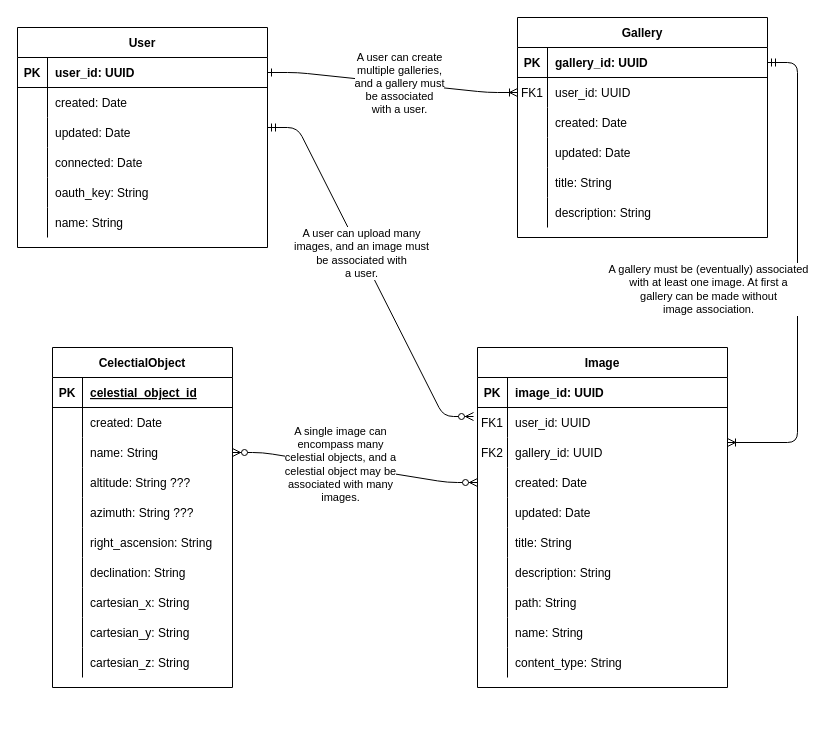
north-star-sharing/north-star-sharing.github.io keeps this draw.io diagram as docs/work/erd.drawio. Above is the earlier version. Source tidied: cells renumbered, new cells numbered last; positions are measured from the earlier drawing's top-left corner, leaving out a move shared by most shapes. Both pictures are drawn from the tidied source at 100%, with x=0, y=0 at pixel (17, 17).
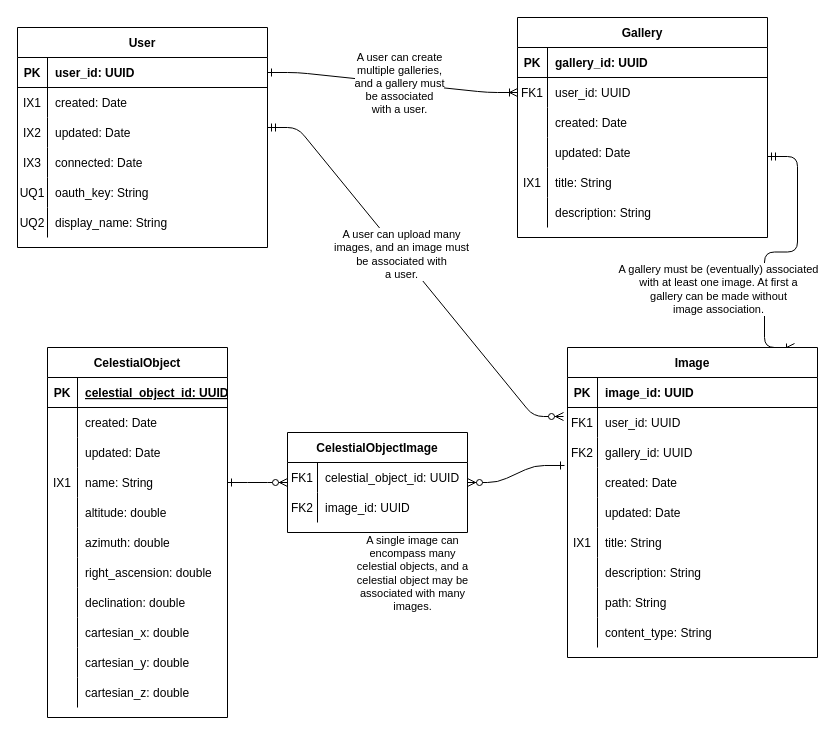
After the change.

Unchanged cells that the change refers to:
```xml
<mxCell id="7" style="shape=partialRectangle;fillColor=none;points=[[0,0.5],[1,0.5]];portConstraint=eastwest;top=0;left=0;right=0;bottom=1;" parent="6" vertex="1">
  <mxGeometry y="30" width="250" height="30" as="geometry" />
</mxCell>
<mxCell id="19" style="shape=partialRectangle;fillColor=none;top=0;left=0;right=0;bottom=0;" parent="6" vertex="1">
  <mxGeometry y="150" width="250" height="30" as="geometry" />
</mxCell>
<mxCell id="32" style="shape=partialRectangle;fillColor=none;points=[[0,0.5],[1,0.5]];portConstraint=eastwest;top=0;left=0;right=0;bottom=0;" parent="25" vertex="1">
  <mxGeometry y="90" width="250" height="30" as="geometry" />
</mxCell>
<mxCell id="35" style="shape=partialRectangle;fillColor=none;points=[[0,0.5],[1,0.5]];portConstraint=eastwest;top=0;left=0;right=0;bottom=0;" parent="25" vertex="1">
  <mxGeometry y="120" width="250" height="30" as="geometry" />
</mxCell>
<mxCell id="41" style="shape=partialRectangle;fillColor=none;top=0;left=0;right=0;bottom=0;" parent="25" vertex="1">
  <mxGeometry y="180" width="250" height="30" as="geometry" />
</mxCell>
<mxCell id="60" style="shape=partialRectangle;fillColor=none;top=0;left=0;right=0;bottom=0;" parent="56" vertex="1">
  <mxGeometry y="60" width="250" height="30" as="geometry" />
</mxCell>
<mxCell id="63" style="shape=partialRectangle;fillColor=none;top=0;left=0;right=0;bottom=0;" parent="56" vertex="1">
  <mxGeometry y="90" width="250" height="30" as="geometry" />
</mxCell>
<mxCell id="66" style="shape=partialRectangle;fillColor=none;top=0;left=0;right=0;bottom=0;" parent="56" vertex="1">
  <mxGeometry y="120" width="250" height="30" as="geometry" />
</mxCell>
<mxCell id="69" style="shape=partialRectangle;fillColor=none;top=0;left=0;right=0;bottom=0;" parent="56" vertex="1">
  <mxGeometry y="150" width="250" height="30" as="geometry" />
</mxCell>
<mxCell id="72" style="shape=partialRectangle;fillColor=none;top=0;left=0;right=0;bottom=0;" parent="56" vertex="1">
  <mxGeometry y="180" width="250" height="30" as="geometry" />
</mxCell>
<mxCell id="78" style="shape=partialRectangle;fillColor=none;top=0;left=0;bottom=1;right=0;" parent="77" vertex="1">
  <mxGeometry y="30" width="180" height="30" as="geometry" />
</mxCell>
```

The edit, as a diff of the source:
```diff
@@
-    <mxCell id="4" style="edgeStyle=entityRelationEdgeStyle;endArrow=ERoneToMany;startArrow=ERmandOne;endFill=0;startFill=0;entryX=1;entryY=0.167;entryDx=0;entryDy=0;entryPerimeter=0;" parent="1" edge="1" source="7" target="32">
-      <mxGeometry relative="1" as="geometry" />
+    <mxCell id="4" style="edgeStyle=entityRelationEdgeStyle;endArrow=ERoneToMany;startArrow=ERmandOne;endFill=0;startFill=0;entryX=0.908;entryY=-0.003;entryDx=0;entryDy=0;entryPerimeter=0;" parent="1" edge="1">
+      <mxGeometry relative="1" as="geometry">
+        <mxPoint x="750" y="139" as="sourcePoint" />
+        <mxPoint x="777" y="330" as="targetPoint" />
+      </mxGeometry>
     </mxCell>
     <mxCell id="5" value="&lt;div&gt;A gallery must be (eventually) associated&lt;/div&gt;&lt;div&gt;with at least one image. At first a&lt;/div&gt;&lt;div&gt;gallery can be made without&lt;/div&gt;&lt;div&gt;image association.&lt;/div&gt;" style="edgeLabel;html=1;align=center;verticalAlign=middle;" parent="4" vertex="1">
       <mxGeometry x="0.12" y="1" relative="1" as="geometry">
-        <mxPoint x="-91" y="-13" as="offset" />
+        <mxPoint x="-48" y="36" as="offset" />
       </mxGeometry>
     </mxCell>
@@
-    <mxCell id="20" style="shape=partialRectangle;overflow=hidden;fillColor=none;top=0;left=0;bottom=0;right=0;" parent="19" vertex="1">
+    <mxCell id="20" value="IX1" style="shape=partialRectangle;overflow=hidden;fillColor=none;top=0;left=0;bottom=0;right=0;" parent="19" vertex="1">
       <mxGeometry width="30" height="30" as="geometry" />
     </mxCell>
@@
     <mxCell id="25" value="Image" style="shape=table;startSize=30;childLayout=tableLayout;rowLines=0;fontStyle=1;align=center;" parent="1" vertex="1">
-      <mxGeometry x="460" y="330" width="250" height="340" as="geometry" />
+      <mxGeometry x="550" y="330" width="250" height="310" as="geometry" />
     </mxCell>
@@
-    <mxCell id="42" style="shape=partialRectangle;overflow=hidden;fillColor=none;top=0;left=0;bottom=0;right=0;" parent="41" vertex="1">
+    <mxCell id="42" value="IX1" style="shape=partialRectangle;overflow=hidden;fillColor=none;top=0;left=0;bottom=0;right=0;" parent="41" vertex="1">
       <mxGeometry width="30" height="30" as="geometry" />
     </mxCell>
@@
-    <mxCell id="50" style="shape=partialRectangle;fillColor=none;top=0;left=0;right=0;bottom=0;" parent="25" vertex="1">
-      <mxGeometry y="270" width="250" height="30" as="geometry" />
-    </mxCell>
-    <mxCell id="51" style="shape=partialRectangle;overflow=hidden;fillColor=none;top=0;left=0;bottom=0;right=0;" parent="50" vertex="1">
-      <mxGeometry width="30" height="30" as="geometry" />
-    </mxCell>
-    <mxCell id="52" value="name: String" style="shape=partialRectangle;overflow=hidden;fillColor=none;top=0;left=0;bottom=0;right=0;align=left;spacingLeft=6;" parent="50" vertex="1">
-      <mxGeometry x="30" width="220" height="30" as="geometry" />
-    </mxCell>
     <mxCell id="53" style="shape=partialRectangle;fillColor=none;top=0;left=0;right=0;bottom=0;" parent="25" vertex="1">
-      <mxGeometry y="300" width="250" height="30" as="geometry" />
+      <mxGeometry y="270" width="250" height="30" as="geometry" />
     </mxCell>
@@
-    <mxCell id="61" style="shape=partialRectangle;overflow=hidden;fillColor=none;top=0;left=0;bottom=0;right=0;" parent="60" vertex="1">
+    <mxCell id="61" value="IX1" style="shape=partialRectangle;overflow=hidden;fillColor=none;top=0;left=0;bottom=0;right=0;" parent="60" vertex="1">
       <mxGeometry width="30" height="30" as="geometry" />
     </mxCell>
@@
-    <mxCell id="64" style="shape=partialRectangle;overflow=hidden;fillColor=none;top=0;left=0;bottom=0;right=0;" parent="63" vertex="1">
+    <mxCell id="64" value="IX2" style="shape=partialRectangle;overflow=hidden;fillColor=none;top=0;left=0;bottom=0;right=0;" parent="63" vertex="1">
       <mxGeometry width="30" height="30" as="geometry" />
     </mxCell>
@@
-    <mxCell id="67" style="shape=partialRectangle;overflow=hidden;fillColor=none;top=0;left=0;bottom=0;right=0;" parent="66" vertex="1">
+    <mxCell id="67" value="IX3" style="shape=partialRectangle;overflow=hidden;fillColor=none;top=0;left=0;bottom=0;right=0;" parent="66" vertex="1">
       <mxGeometry width="30" height="30" as="geometry" />
     </mxCell>
@@
-    <mxCell id="70" style="shape=partialRectangle;overflow=hidden;fillColor=none;top=0;left=0;bottom=0;right=0;" parent="69" vertex="1">
+    <mxCell id="70" value="UQ1" style="shape=partialRectangle;overflow=hidden;fillColor=none;top=0;left=0;bottom=0;right=0;" parent="69" vertex="1">
       <mxGeometry width="30" height="30" as="geometry" />
     </mxCell>
@@
-    <mxCell id="73" style="shape=partialRectangle;overflow=hidden;fillColor=none;top=0;left=0;bottom=0;right=0;" parent="72" vertex="1">
+    <mxCell id="73" value="UQ2" style="shape=partialRectangle;overflow=hidden;fillColor=none;top=0;left=0;bottom=0;right=0;" parent="72" vertex="1">
       <mxGeometry width="30" height="30" as="geometry" />
     </mxCell>
-    <mxCell id="74" value="name: String" style="shape=partialRectangle;overflow=hidden;fillColor=none;top=0;left=0;bottom=0;right=0;align=left;spacingLeft=6;" parent="72" vertex="1">
+    <mxCell id="74" value="display_name: String" style="shape=partialRectangle;overflow=hidden;fillColor=none;top=0;left=0;bottom=0;right=0;align=left;spacingLeft=6;" parent="72" vertex="1">
       <mxGeometry x="30" width="220" height="30" as="geometry" />
     </mxCell>
@@
-    <mxCell id="77" value="CelectialObject" style="shape=table;startSize=30;childLayout=tableLayout;rowLines=0;fontStyle=1;align=center;" parent="1" vertex="1">
-      <mxGeometry x="35" y="330" width="180" height="340" as="geometry" />
+    <mxCell id="77" value="CelestialObject" style="shape=table;startSize=30;childLayout=tableLayout;rowLines=0;fontStyle=1;align=center;" parent="1" vertex="1">
+      <mxGeometry x="30" y="330" width="180" height="370" as="geometry" />
     </mxCell>
@@
-    <mxCell id="80" value="celestial_object_id" style="shape=partialRectangle;fillColor=none;top=0;left=0;bottom=0;right=0;align=left;spacingLeft=6;fontStyle=5;overflow=hidden;" parent="78" vertex="1">
+    <mxCell id="80" value="celestial_object_id: UUID" style="shape=partialRectangle;fillColor=none;top=0;left=0;bottom=0;right=0;align=left;spacingLeft=6;fontStyle=5;overflow=hidden;" parent="78" vertex="1">
       <mxGeometry x="30" width="150" height="30" as="geometry" />
     </mxCell>
@@
+    <mxCell id="110" style="shape=partialRectangle;fillColor=none;top=0;left=0;right=0;bottom=0;" parent="77" vertex="1">
+      <mxGeometry y="90" width="180" height="30" as="geometry" />
+    </mxCell>
+    <mxCell id="51" style="shape=partialRectangle;overflow=hidden;fillColor=none;top=0;left=0;bottom=0;right=0;" parent="110" vertex="1">
+      <mxGeometry width="30" height="30" as="geometry" />
+    </mxCell>
+    <mxCell id="111" value="updated: Date" style="shape=partialRectangle;overflow=hidden;fillColor=none;top=0;left=0;bottom=0;right=0;align=left;spacingLeft=6;" parent="110" vertex="1">
+      <mxGeometry x="30" width="150" height="30" as="geometry" />
+    </mxCell>
     <mxCell id="84" style="shape=partialRectangle;fillColor=none;top=0;left=0;bottom=0;right=0;points=[[0,0.5],[1,0.5]];portConstraint=eastwest;" parent="77" vertex="1">
-      <mxGeometry y="90" width="180" height="30" as="geometry" />
+      <mxGeometry y="120" width="180" height="30" as="geometry" />
     </mxCell>
-    <mxCell id="85" style="shape=partialRectangle;fillColor=none;top=0;left=0;bottom=0;right=0;overflow=hidden;" parent="84" vertex="1">
+    <mxCell id="85" value="IX1" style="shape=partialRectangle;fillColor=none;top=0;left=0;bottom=0;right=0;overflow=hidden;" parent="84" vertex="1">
       <mxGeometry width="30" height="30" as="geometry" />
     </mxCell>
@@
     <mxCell id="87" style="shape=partialRectangle;fillColor=none;top=0;left=0;right=0;bottom=0;" parent="77" vertex="1">
-      <mxGeometry y="120" width="180" height="30" as="geometry" />
+      <mxGeometry y="150" width="180" height="30" as="geometry" />
     </mxCell>
@@
-    <mxCell id="89" value="altitude: String ???" style="shape=partialRectangle;overflow=hidden;fillColor=none;top=0;left=0;bottom=0;right=0;align=left;spacingLeft=6;" parent="87" vertex="1">
+    <mxCell id="89" value="altitude: double" style="shape=partialRectangle;overflow=hidden;fillColor=none;top=0;left=0;bottom=0;right=0;align=left;spacingLeft=6;" parent="87" vertex="1">
       <mxGeometry x="30" width="150" height="30" as="geometry" />
     </mxCell>
     <mxCell id="90" style="shape=partialRectangle;fillColor=none;top=0;left=0;right=0;bottom=0;" parent="77" vertex="1">
-      <mxGeometry y="150" width="180" height="30" as="geometry" />
+      <mxGeometry y="180" width="180" height="30" as="geometry" />
     </mxCell>
@@
-    <mxCell id="92" value="azimuth: String ???" style="shape=partialRectangle;overflow=hidden;fillColor=none;top=0;left=0;bottom=0;right=0;align=left;spacingLeft=6;" parent="90" vertex="1">
+    <mxCell id="92" value="azimuth: double" style="shape=partialRectangle;overflow=hidden;fillColor=none;top=0;left=0;bottom=0;right=0;align=left;spacingLeft=6;" parent="90" vertex="1">
       <mxGeometry x="30" width="150" height="30" as="geometry" />
     </mxCell>
     <mxCell id="93" style="shape=partialRectangle;fillColor=none;top=0;left=0;right=0;bottom=0;" parent="77" vertex="1">
-      <mxGeometry y="180" width="180" height="30" as="geometry" />
+      <mxGeometry y="210" width="180" height="30" as="geometry" />
     </mxCell>
@@
-    <mxCell id="95" value="right_ascension: String" style="shape=partialRectangle;overflow=hidden;fillColor=none;top=0;left=0;bottom=0;right=0;align=left;spacingLeft=6;" parent="93" vertex="1">
+    <mxCell id="95" value="right_ascension: double" style="shape=partialRectangle;overflow=hidden;fillColor=none;top=0;left=0;bottom=0;right=0;align=left;spacingLeft=6;" parent="93" vertex="1">
       <mxGeometry x="30" width="150" height="30" as="geometry" />
     </mxCell>
     <mxCell id="96" style="shape=partialRectangle;fillColor=none;top=0;left=0;right=0;bottom=0;" parent="77" vertex="1">
-      <mxGeometry y="210" width="180" height="30" as="geometry" />
+      <mxGeometry y="240" width="180" height="30" as="geometry" />
     </mxCell>
@@
-    <mxCell id="98" value="declination: String" style="shape=partialRectangle;overflow=hidden;fillColor=none;top=0;left=0;bottom=0;right=0;align=left;spacingLeft=6;" parent="96" vertex="1">
+    <mxCell id="98" value="declination: double" style="shape=partialRectangle;overflow=hidden;fillColor=none;top=0;left=0;bottom=0;right=0;align=left;spacingLeft=6;" parent="96" vertex="1">
       <mxGeometry x="30" width="150" height="30" as="geometry" />
     </mxCell>
     <mxCell id="99" style="shape=partialRectangle;fillColor=none;top=0;left=0;right=0;bottom=0;" parent="77" vertex="1">
-      <mxGeometry y="240" width="180" height="30" as="geometry" />
+      <mxGeometry y="270" width="180" height="30" as="geometry" />
     </mxCell>
@@
-    <mxCell id="101" value="cartesian_x: String" style="shape=partialRectangle;overflow=hidden;fillColor=none;top=0;left=0;bottom=0;right=0;align=left;spacingLeft=6;" parent="99" vertex="1">
+    <mxCell id="101" value="cartesian_x: double" style="shape=partialRectangle;overflow=hidden;fillColor=none;top=0;left=0;bottom=0;right=0;align=left;spacingLeft=6;" parent="99" vertex="1">
       <mxGeometry x="30" width="150" height="30" as="geometry" />
     </mxCell>
     <mxCell id="102" style="shape=partialRectangle;fillColor=none;top=0;left=0;right=0;bottom=0;" parent="77" vertex="1">
-      <mxGeometry y="270" width="180" height="30" as="geometry" />
+      <mxGeometry y="300" width="180" height="30" as="geometry" />
     </mxCell>
@@
-    <mxCell id="104" value="cartesian_y: String" style="shape=partialRectangle;overflow=hidden;fillColor=none;top=0;left=0;bottom=0;right=0;align=left;spacingLeft=6;" parent="102" vertex="1">
+    <mxCell id="104" value="cartesian_y: double" style="shape=partialRectangle;overflow=hidden;fillColor=none;top=0;left=0;bottom=0;right=0;align=left;spacingLeft=6;" parent="102" vertex="1">
       <mxGeometry x="30" width="150" height="30" as="geometry" />
     </mxCell>
     <mxCell id="105" style="shape=partialRectangle;fillColor=none;top=0;left=0;right=0;bottom=0;" parent="77" vertex="1">
-      <mxGeometry y="300" width="180" height="30" as="geometry" />
+      <mxGeometry y="330" width="180" height="30" as="geometry" />
     </mxCell>
@@
-    <mxCell id="107" value="cartesian_z: String" style="shape=partialRectangle;overflow=hidden;fillColor=none;top=0;left=0;bottom=0;right=0;align=left;spacingLeft=6;" parent="105" vertex="1">
+    <mxCell id="107" value="cartesian_z: double" style="shape=partialRectangle;overflow=hidden;fillColor=none;top=0;left=0;bottom=0;right=0;align=left;spacingLeft=6;" parent="105" vertex="1">
       <mxGeometry x="30" width="150" height="30" as="geometry" />
     </mxCell>
-    <mxCell id="108" style="edgeStyle=entityRelationEdgeStyle;fontSize=12;html=1;endArrow=ERzeroToMany;startArrow=ERzeroToMany;exitX=1;exitY=0.5;exitDx=0;exitDy=0;entryX=0;entryY=0.5;entryDx=0;entryDy=0;startFill=1;" parent="1" edge="1" source="84" target="35">
+    <mxCell id="108" style="edgeStyle=entityRelationEdgeStyle;fontSize=12;html=1;endArrow=ERzeroToMany;startArrow=ERone;exitX=1;exitY=0.5;exitDx=0;exitDy=0;entryX=0;entryY=0.5;entryDx=0;entryDy=0;startFill=0;endFill=1;" parent="1" edge="1" source="84" target="112">
       <mxGeometry relative="1" as="geometry" />
     </mxCell>
     <mxCell id="109" value="&lt;div&gt;A single image can&lt;/div&gt;&lt;div&gt;encompass many&lt;/div&gt;&lt;div&gt;celestial objects, and a &lt;br&gt;&lt;/div&gt;&lt;div&gt;celestial object may be&lt;/div&gt;&lt;div&gt;associated with many&lt;/div&gt;&lt;div&gt;images.&lt;br&gt;&lt;/div&gt;" style="edgeLabel;html=1;align=center;verticalAlign=middle;" parent="108" vertex="1">
-      <mxGeometry x="-0.13" y="1" relative="1" as="geometry" />
+      <mxGeometry x="-0.13" y="1" relative="1" as="geometry">
+        <mxPoint x="158" y="91" as="offset" />
+      </mxGeometry>
     </mxCell>
+    <mxCell id="112" value="CelestialObjectImage" style="shape=table;startSize=30;childLayout=tableLayout;rowLines=0;fontStyle=1;align=center;" parent="1" vertex="1">
+      <mxGeometry x="270" y="415" width="180" height="100" as="geometry" />
+    </mxCell>
+    <mxCell id="113" style="shape=partialRectangle;fillColor=none;top=0;left=0;bottom=0;right=0;" parent="112" vertex="1">
+      <mxGeometry y="30" width="180" height="30" as="geometry" />
+    </mxCell>
+    <mxCell id="114" value="FK1" style="shape=partialRectangle;fillColor=none;top=0;left=0;bottom=0;right=0;overflow=hidden;" parent="113" vertex="1">
+      <mxGeometry width="30" height="30" as="geometry" />
+    </mxCell>
+    <mxCell id="115" value="celestial_object_id: UUID" style="shape=partialRectangle;fillColor=none;top=0;left=0;bottom=0;right=0;align=left;spacingLeft=6;overflow=hidden;" parent="113" vertex="1">
+      <mxGeometry x="30" width="150" height="30" as="geometry" />
+    </mxCell>
+    <mxCell id="116" style="shape=partialRectangle;fillColor=none;top=0;left=0;bottom=0;right=0;" parent="112" vertex="1">
+      <mxGeometry y="60" width="180" height="30" as="geometry" />
+    </mxCell>
+    <mxCell id="117" value="FK2" style="shape=partialRectangle;fillColor=none;top=0;left=0;bottom=0;right=0;overflow=hidden;" parent="116" vertex="1">
+      <mxGeometry width="30" height="30" as="geometry" />
+    </mxCell>
+    <mxCell id="118" value="image_id: UUID" style="shape=partialRectangle;fillColor=none;top=0;left=0;bottom=0;right=0;align=left;spacingLeft=6;overflow=hidden;" parent="116" vertex="1">
+      <mxGeometry x="30" width="150" height="30" as="geometry" />
+    </mxCell>
+    <mxCell id="119" style="edgeStyle=entityRelationEdgeStyle;fontSize=12;html=1;endArrow=ERone;startArrow=ERzeroToMany;exitX=1;exitY=0.5;exitDx=0;exitDy=0;startFill=1;endFill=0;entryX=-0.012;entryY=-0.067;entryDx=0;entryDy=0;entryPerimeter=0;" parent="1" edge="1" source="112" target="35">
+      <mxGeometry relative="1" as="geometry" />
+    </mxCell>
```
